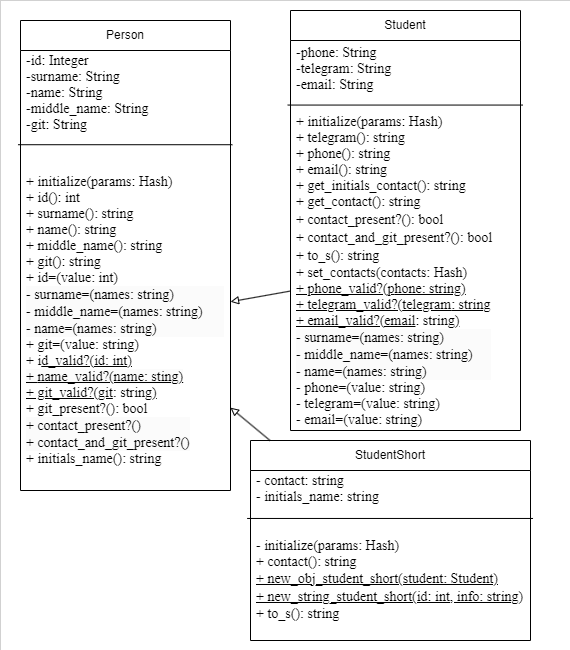
Before: working with classes/диаграмма классов.png, a diagram exported from draw.io (Meg-Lander/study-of-the-subject-programming-patterns). Source tidied: cells renumbered, new cells last; positions are measured from the earlier drawing's top-left corner, leaving out a move shared by most shapes.
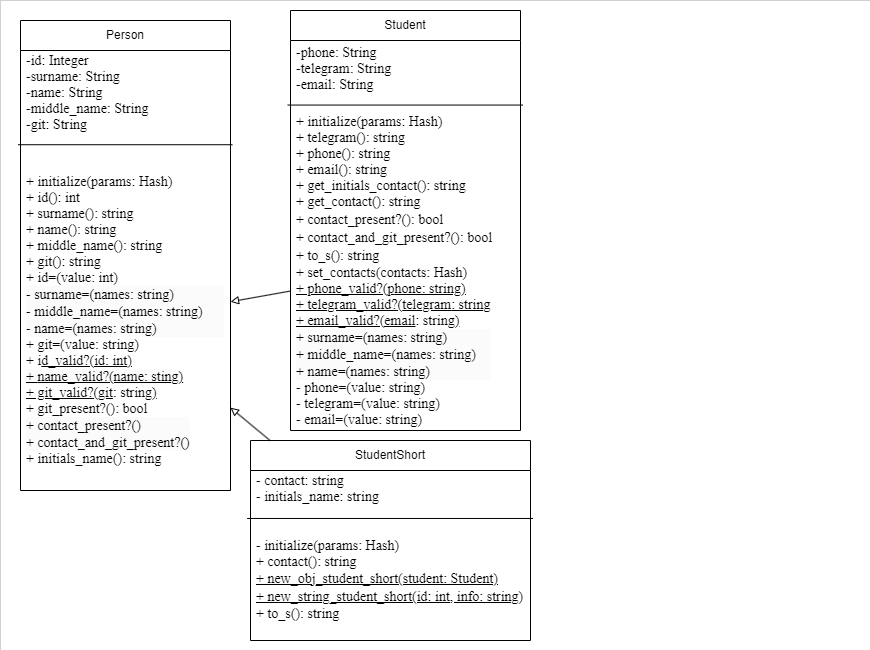
The same file after the commit.

Commit message:
update class diogramm

The edit, as a diff of the source:
```diff
@@ -3,7 +3,7 @@
     <mxCell id="0" />
     <mxCell id="1" parent="0" />
     <mxCell id="2" style="rounded=0;whiteSpace=wrap;html=1;strokeWidth=0;" parent="1" vertex="1">
-      <mxGeometry width="570" height="650" as="geometry" />
+      <mxGeometry width="870" height="650" as="geometry" />
     </mxCell>
     <mxCell id="3" value="Person" style="swimlane;fontStyle=0;horizontal=1;startSize=30;whiteSpace=wrap;html=1;" parent="1" vertex="1">
       <mxGeometry x="20" y="20" width="210" height="470" as="geometry" />
@@ -23,7 +23,7 @@
     <mxCell id="8" value="&lt;pre style=&quot;margin-top: 0cm; margin-right: 25.5pt; margin-left: 0cm; text-align: justify; line-height: normal; vertical-align: baseline; font-size: 14px;&quot;&gt;&lt;pre style=&quot;margin: 0cm 25.5pt 0cm 0cm; line-height: normal; background: white; vertical-align: baseline;&quot;&gt;&lt;span style=&quot;font-family: &amp;quot;Times New Roman&amp;quot;; white-space: normal;&quot;&gt;-phone: &lt;/span&gt;&lt;span style=&quot;font-family: &amp;quot;Times New Roman&amp;quot;; white-space: normal; border-color: var(--border-color);&quot; lang=&quot;EN-US&quot;&gt;String&lt;/span&gt;&lt;br&gt;&lt;/pre&gt;&lt;pre style=&quot;margin: 0cm 25.5pt 0cm 0cm; line-height: normal; background: white; vertical-align: baseline;&quot;&gt;&lt;pre style=&quot;border-color: var(--border-color); margin: 0cm 25.5pt 0cm 0cm; line-height: normal; background-image: initial; background-position: initial; background-size: initial; background-repeat: initial; background-attachment: initial; background-origin: initial; background-clip: initial; vertical-align: baseline;&quot;&gt;&lt;font style=&quot;border-color: var(--border-color);&quot; face=&quot;Times New Roman&quot;&gt;&lt;span style=&quot;border-color: var(--border-color);&quot; lang=&quot;EN-US&quot;&gt;-telegram: &lt;/span&gt;&lt;span style=&quot;border-color: var(--border-color);&quot; lang=&quot;EN-US&quot;&gt;String&lt;/span&gt;&lt;br style=&quot;border-color: var(--border-color);&quot;&gt;&lt;span style=&quot;border-color: var(--border-color);&quot; lang=&quot;EN-US&quot;&gt;-email: &lt;/span&gt;&lt;span style=&quot;border-color: var(--border-color);&quot; lang=&quot;EN-US&quot;&gt;String&lt;/span&gt;&lt;/font&gt;&lt;/pre&gt;&lt;/pre&gt;&lt;/pre&gt;" style="text;strokeColor=none;fillColor=none;align=left;verticalAlign=middle;spacingLeft=4;spacingRight=4;overflow=hidden;whiteSpace=wrap;html=1;" parent="7" vertex="1">
       <mxGeometry y="30" width="230" height="70" as="geometry" />
     </mxCell>
-    <mxCell id="9" value="&lt;div style=&quot;text-align: justify; font-size: 14px;&quot;&gt;&lt;pre style=&quot;border-color: var(--border-color); margin: 0cm 25.5pt 0cm 0cm; line-height: normal; background: white; vertical-align: baseline;&quot;&gt;&lt;font face=&quot;Times New Roman&quot; style=&quot;border-color: var(--border-color); font-size: 14px;&quot;&gt;+&lt;font style=&quot;font-size: 14px;&quot;&gt; initialize(params: Hash)&lt;/font&gt;&lt;/font&gt;&lt;/pre&gt;&lt;pre style=&quot;border-color: var(--border-color); margin: 0cm 25.5pt 0cm 0cm; line-height: normal; background: white; vertical-align: baseline;&quot;&gt;&lt;font face=&quot;Times New Roman&quot; style=&quot;border-color: var(--border-color); font-size: 14px;&quot;&gt;&lt;font style=&quot;font-size: 14px;&quot;&gt;&lt;pre style=&quot;border-color: var(--border-color); margin: 0cm 25.5pt 0cm 0cm; line-height: normal; background-image: initial; background-position: initial; background-size: initial; background-repeat: initial; background-attachment: initial; background-origin: initial; background-clip: initial; vertical-align: baseline;&quot;&gt;&lt;font style=&quot;border-color: var(--border-color);&quot; face=&quot;sd8AbRPiMUZb4e4DyPh1&quot;&gt;+ telegram(): string&lt;/font&gt;&lt;/pre&gt;&lt;pre style=&quot;border-color: var(--border-color); margin: 0cm 25.5pt 0cm 0cm; line-height: normal; background-image: initial; background-position: initial; background-size: initial; background-repeat: initial; background-attachment: initial; background-origin: initial; background-clip: initial; vertical-align: baseline;&quot;&gt;&lt;font style=&quot;border-color: var(--border-color);&quot; face=&quot;sd8AbRPiMUZb4e4DyPh1&quot;&gt;+ phone(): string&lt;/font&gt;&lt;/pre&gt;&lt;pre style=&quot;border-color: var(--border-color); margin: 0cm 25.5pt 0cm 0cm; line-height: normal; background-image: initial; background-position: initial; background-size: initial; background-repeat: initial; background-attachment: initial; background-origin: initial; background-clip: initial; vertical-align: baseline;&quot;&gt;&lt;font style=&quot;border-color: var(--border-color);&quot; face=&quot;sd8AbRPiMUZb4e4DyPh1&quot;&gt;&lt;font style=&quot;border-color: var(--border-color);&quot;&gt;+ &lt;/font&gt;email(): string&lt;/font&gt;&lt;/pre&gt;&lt;/font&gt;&lt;/font&gt;&lt;/pre&gt;&lt;/div&gt;&lt;div style=&quot;text-align: justify;&quot;&gt;&lt;font face=&quot;lF6ULn1yz8J9VFr4VgqD&quot;&gt;&lt;font style=&quot;font-size: 14px;&quot;&gt;+ get_initials_contact(): string&lt;/font&gt;&lt;br&gt;&lt;/font&gt;&lt;/div&gt;&lt;div style=&quot;text-align: justify;&quot;&gt;&lt;font style=&quot;font-size: 14px;&quot; face=&quot;Times New Roman&quot;&gt;+ g&lt;/font&gt;&lt;font face=&quot;Times New Roman&quot;&gt;&lt;font style=&quot;font-size: 14px;&quot;&gt;et_contact(): string&lt;/font&gt;&lt;font style=&quot;font-size: 14px;&quot;&gt;&lt;br&gt;&lt;/font&gt;&lt;/font&gt;&lt;/div&gt;&lt;div style=&quot;text-align: justify; font-size: 14px;&quot;&gt;&lt;font style=&quot;font-size: 14px;&quot; face=&quot;QZr4WyLOkKTv8SdLRVV9&quot;&gt;&lt;font style=&quot;font-size: 14px;&quot;&gt;+&amp;nbsp;&lt;/font&gt;&lt;span style=&quot;background-color: initial;&quot;&gt;contact_present?(): bool&lt;/span&gt;&lt;/font&gt;&lt;/div&gt;&lt;div style=&quot;text-align: justify; font-size: 14px;&quot;&gt;&lt;span style=&quot;background-color: initial;&quot;&gt;&lt;font style=&quot;font-size: 14px;&quot; face=&quot;QZr4WyLOkKTv8SdLRVV9&quot;&gt;&lt;font style=&quot;font-size: 14px;&quot;&gt;+ contact_and_git_present?(): bool&lt;/font&gt;&lt;br&gt;&lt;/font&gt;&lt;/span&gt;&lt;/div&gt;&lt;div style=&quot;text-align: justify; font-size: 14px;&quot;&gt;&lt;font face=&quot;QZr4WyLOkKTv8SdLRVV9&quot; style=&quot;font-size: 14px;&quot;&gt;+ to_s(): string&lt;/font&gt;&lt;/div&gt;&lt;div style=&quot;text-align: justify; font-size: 14px;&quot;&gt;&lt;pre style=&quot;border-color: var(--border-color); margin: 0cm 25.5pt 0cm 0cm; line-height: normal; background: white; vertical-align: baseline;&quot;&gt;&lt;font style=&quot;border-color: var(--border-color);&quot; face=&quot;vIFaeoc1TlRz2ehYQDLV&quot;&gt;+ set_contacts(contacts: Hash)&lt;/font&gt;&lt;/pre&gt;&lt;pre style=&quot;border-color: var(--border-color); margin: 0cm 25.5pt 0cm 0cm; line-height: normal; background: white; vertical-align: baseline;&quot;&gt;&lt;font style=&quot;border-color: var(--border-color);&quot; face=&quot;vIFaeoc1TlRz2ehYQDLV&quot;&gt;&lt;pre style=&quot;border-color: var(--border-color); margin: 0cm 25.5pt 0cm 0cm; line-height: normal; background-image: initial; background-position: initial; background-size: initial; background-repeat: initial; background-attachment: initial; background-origin: initial; background-clip: initial; vertical-align: baseline;&quot;&gt;&lt;font style=&quot;border-color: var(--border-color);&quot; face=&quot;Fhg8VOXi1VSTIDrwA2gN&quot;&gt;&lt;font style=&quot;border-color: var(--border-color);&quot;&gt;&lt;u style=&quot;border-color: var(--border-color);&quot;&gt;+ phone_valid?(&lt;font style=&quot;border-color: var(--border-color);&quot;&gt;p&lt;/font&gt;&lt;font style=&quot;border-color: var(--border-color);&quot;&gt;&lt;font style=&quot;border-color: var(--border-color);&quot;&gt;hone: string&lt;/font&gt;&lt;/font&gt;&lt;u style=&quot;border-color: var(--border-color);&quot;&gt;)&lt;/u&gt;&lt;br style=&quot;border-color: var(--border-color);&quot;&gt;+ telegram_valid?(&lt;font style=&quot;border-color: var(--border-color);&quot;&gt;telegram&lt;/font&gt;: string&lt;u style=&quot;border-color: var(--border-color);&quot;&gt;&lt;br style=&quot;border-color: var(--border-color);&quot;&gt;&lt;/u&gt;&lt;span style=&quot;border-color: var(--border-color);&quot; lang=&quot;EN-US&quot;&gt;&lt;/span&gt;+ email_valid?(email&lt;/u&gt;&lt;/font&gt;: string&lt;u style=&quot;border-color: var(--border-color);&quot;&gt;&lt;span style=&quot;border-color: var(--border-color);&quot; lang=&quot;EN-US&quot;&gt;)&lt;/span&gt;&lt;/u&gt;&lt;/font&gt;&lt;/pre&gt;&lt;/font&gt;&lt;/pre&gt;&lt;/div&gt;&lt;div style=&quot;text-align: justify; font-size: 14px;&quot;&gt;&lt;div style=&quot;border-color: var(--border-color);&quot;&gt;&lt;pre style=&quot;border-color: var(--border-color); margin: 0cm 25.5pt 0cm 0cm; line-height: normal; background: white; vertical-align: baseline;&quot;&gt;&lt;font style=&quot;border-color: var(--border-color);&quot; face=&quot;Fhg8VOXi1VSTIDrwA2gN&quot;&gt;&lt;font style=&quot;border-color: var(--border-color);&quot;&gt;&lt;pre style=&quot;border-color: var(--border-color); margin: 0cm 25.5pt 0cm 0cm; line-height: normal; background-image: initial; background-position: initial; background-size: initial; background-repeat: initial; background-attachment: initial; background-origin: initial; background-clip: initial; vertical-align: baseline;&quot;&gt;&lt;div style=&quot;border-color: var(--border-color); font-family: Helvetica; background-color: rgb(251, 251, 251);&quot;&gt;&lt;font style=&quot;border-color: var(--border-color);&quot; face=&quot;lF6ULn1yz8J9VFr4VgqD&quot;&gt;&lt;font style=&quot;border-color: var(--border-color);&quot;&gt;- surname=(names: string)&lt;/font&gt;&lt;br style=&quot;border-color: var(--border-color);&quot;&gt;&lt;/font&gt;&lt;/div&gt;&lt;div style=&quot;border-color: var(--border-color); font-family: Helvetica; background-color: rgb(251, 251, 251);&quot;&gt;&lt;font style=&quot;border-color: var(--border-color);&quot; face=&quot;lF6ULn1yz8J9VFr4VgqD&quot;&gt;-&amp;nbsp;middle_name=(names: string)&lt;/font&gt;&lt;/div&gt;&lt;div style=&quot;border-color: var(--border-color); font-family: Helvetica; background-color: rgb(251, 251, 251);&quot;&gt;&lt;font style=&quot;border-color: var(--border-color);&quot; face=&quot;lF6ULn1yz8J9VFr4VgqD&quot;&gt;&lt;font style=&quot;border-color: var(--border-color);&quot;&gt;&lt;font style=&quot;border-color: var(--border-color);&quot;&gt;-&amp;nbsp;&lt;/font&gt;&lt;span style=&quot;border-color: var(--border-color); background-color: initial;&quot;&gt;name=(names: string&lt;/span&gt;&lt;/font&gt;&lt;span style=&quot;border-color: var(--border-color); background-color: initial;&quot;&gt;)&lt;/span&gt;&lt;/font&gt;&lt;/div&gt;&lt;/pre&gt;&lt;/font&gt;&lt;/font&gt;&lt;/pre&gt;&lt;pre style=&quot;border-color: var(--border-color); margin: 0cm 25.5pt 0cm 0cm; line-height: normal; background: white; vertical-align: baseline;&quot;&gt;&lt;font style=&quot;border-color: var(--border-color);&quot; face=&quot;Fhg8VOXi1VSTIDrwA2gN&quot;&gt;&lt;font style=&quot;border-color: var(--border-color);&quot;&gt;- phone=(value&lt;/font&gt;&lt;font style=&quot;border-color: var(--border-color);&quot;&gt;: string)&lt;br style=&quot;border-color: var(--border-color);&quot;&gt;- telegram=(&lt;/font&gt;value: string)&lt;br style=&quot;border-color: var(--border-color);&quot;&gt;&lt;/font&gt;&lt;/pre&gt;&lt;pre style=&quot;border-color: var(--border-color); margin: 0cm 25.5pt 0cm 0cm; line-height: normal; background: white; vertical-align: baseline;&quot;&gt;&lt;font style=&quot;border-color: var(--border-color);&quot; face=&quot;Fhg8VOXi1VSTIDrwA2gN&quot;&gt;&lt;font style=&quot;border-color: var(--border-color);&quot;&gt;- email=(&lt;/font&gt;value: string)&lt;/font&gt;&lt;/pre&gt;&lt;/div&gt;&lt;/div&gt;" style="text;strokeColor=none;fillColor=none;align=left;verticalAlign=middle;spacingLeft=4;spacingRight=4;overflow=hidden;points=[[0,0.5],[1,0.5]];portConstraint=eastwest;whiteSpace=wrap;html=1;" parent="7" vertex="1">
+    <mxCell id="9" value="&lt;div style=&quot;text-align: justify; font-size: 14px;&quot;&gt;&lt;pre style=&quot;border-color: var(--border-color); margin: 0cm 25.5pt 0cm 0cm; line-height: normal; background: white; vertical-align: baseline;&quot;&gt;&lt;font face=&quot;Times New Roman&quot; style=&quot;border-color: var(--border-color); font-size: 14px;&quot;&gt;+&lt;font style=&quot;font-size: 14px;&quot;&gt; initialize(params: Hash)&lt;/font&gt;&lt;/font&gt;&lt;/pre&gt;&lt;pre style=&quot;border-color: var(--border-color); margin: 0cm 25.5pt 0cm 0cm; line-height: normal; background: white; vertical-align: baseline;&quot;&gt;&lt;font face=&quot;Times New Roman&quot; style=&quot;border-color: var(--border-color); font-size: 14px;&quot;&gt;&lt;font style=&quot;font-size: 14px;&quot;&gt;&lt;pre style=&quot;border-color: var(--border-color); margin: 0cm 25.5pt 0cm 0cm; line-height: normal; background-image: initial; background-position: initial; background-size: initial; background-repeat: initial; background-attachment: initial; background-origin: initial; background-clip: initial; vertical-align: baseline;&quot;&gt;&lt;font style=&quot;border-color: var(--border-color);&quot; face=&quot;sd8AbRPiMUZb4e4DyPh1&quot;&gt;+ telegram(): string&lt;/font&gt;&lt;/pre&gt;&lt;pre style=&quot;border-color: var(--border-color); margin: 0cm 25.5pt 0cm 0cm; line-height: normal; background-image: initial; background-position: initial; background-size: initial; background-repeat: initial; background-attachment: initial; background-origin: initial; background-clip: initial; vertical-align: baseline;&quot;&gt;&lt;font style=&quot;border-color: var(--border-color);&quot; face=&quot;sd8AbRPiMUZb4e4DyPh1&quot;&gt;+ phone(): string&lt;/font&gt;&lt;/pre&gt;&lt;pre style=&quot;border-color: var(--border-color); margin: 0cm 25.5pt 0cm 0cm; line-height: normal; background-image: initial; background-position: initial; background-size: initial; background-repeat: initial; background-attachment: initial; background-origin: initial; background-clip: initial; vertical-align: baseline;&quot;&gt;&lt;font style=&quot;border-color: var(--border-color);&quot; face=&quot;sd8AbRPiMUZb4e4DyPh1&quot;&gt;&lt;font style=&quot;border-color: var(--border-color);&quot;&gt;+ &lt;/font&gt;email(): string&lt;/font&gt;&lt;/pre&gt;&lt;/font&gt;&lt;/font&gt;&lt;/pre&gt;&lt;/div&gt;&lt;div style=&quot;text-align: justify;&quot;&gt;&lt;font face=&quot;lF6ULn1yz8J9VFr4VgqD&quot;&gt;&lt;font style=&quot;font-size: 14px;&quot;&gt;+ get_initials_contact(): string&lt;/font&gt;&lt;br&gt;&lt;/font&gt;&lt;/div&gt;&lt;div style=&quot;text-align: justify;&quot;&gt;&lt;font style=&quot;font-size: 14px;&quot; face=&quot;Times New Roman&quot;&gt;+ g&lt;/font&gt;&lt;font face=&quot;Times New Roman&quot;&gt;&lt;font style=&quot;font-size: 14px;&quot;&gt;et_contact(): string&lt;/font&gt;&lt;font style=&quot;font-size: 14px;&quot;&gt;&lt;br&gt;&lt;/font&gt;&lt;/font&gt;&lt;/div&gt;&lt;div style=&quot;text-align: justify; font-size: 14px;&quot;&gt;&lt;font style=&quot;font-size: 14px;&quot; face=&quot;QZr4WyLOkKTv8SdLRVV9&quot;&gt;&lt;font style=&quot;font-size: 14px;&quot;&gt;+&amp;nbsp;&lt;/font&gt;&lt;span style=&quot;background-color: initial;&quot;&gt;contact_present?(): bool&lt;/span&gt;&lt;/font&gt;&lt;/div&gt;&lt;div style=&quot;text-align: justify; font-size: 14px;&quot;&gt;&lt;span style=&quot;background-color: initial;&quot;&gt;&lt;font style=&quot;font-size: 14px;&quot; face=&quot;QZr4WyLOkKTv8SdLRVV9&quot;&gt;&lt;font style=&quot;font-size: 14px;&quot;&gt;+ contact_and_git_present?(): bool&lt;/font&gt;&lt;br&gt;&lt;/font&gt;&lt;/span&gt;&lt;/div&gt;&lt;div style=&quot;text-align: justify; font-size: 14px;&quot;&gt;&lt;font face=&quot;QZr4WyLOkKTv8SdLRVV9&quot; style=&quot;font-size: 14px;&quot;&gt;+ to_s(): string&lt;/font&gt;&lt;/div&gt;&lt;div style=&quot;text-align: justify; font-size: 14px;&quot;&gt;&lt;pre style=&quot;border-color: var(--border-color); margin: 0cm 25.5pt 0cm 0cm; line-height: normal; background: white; vertical-align: baseline;&quot;&gt;&lt;font style=&quot;border-color: var(--border-color);&quot; face=&quot;vIFaeoc1TlRz2ehYQDLV&quot;&gt;+ set_contacts(contacts: Hash)&lt;/font&gt;&lt;/pre&gt;&lt;pre style=&quot;border-color: var(--border-color); margin: 0cm 25.5pt 0cm 0cm; line-height: normal; background: white; vertical-align: baseline;&quot;&gt;&lt;font style=&quot;border-color: var(--border-color);&quot; face=&quot;vIFaeoc1TlRz2ehYQDLV&quot;&gt;&lt;pre style=&quot;border-color: var(--border-color); margin: 0cm 25.5pt 0cm 0cm; line-height: normal; background-image: initial; background-position: initial; background-size: initial; background-repeat: initial; background-attachment: initial; background-origin: initial; background-clip: initial; vertical-align: baseline;&quot;&gt;&lt;font style=&quot;border-color: var(--border-color);&quot; face=&quot;Fhg8VOXi1VSTIDrwA2gN&quot;&gt;&lt;font style=&quot;border-color: var(--border-color);&quot;&gt;&lt;u style=&quot;border-color: var(--border-color);&quot;&gt;+ phone_valid?(&lt;font style=&quot;border-color: var(--border-color);&quot;&gt;p&lt;/font&gt;&lt;font style=&quot;border-color: var(--border-color);&quot;&gt;&lt;font style=&quot;border-color: var(--border-color);&quot;&gt;hone: string&lt;/font&gt;&lt;/font&gt;&lt;u style=&quot;border-color: var(--border-color);&quot;&gt;)&lt;/u&gt;&lt;br style=&quot;border-color: var(--border-color);&quot;&gt;+ telegram_valid?(&lt;font style=&quot;border-color: var(--border-color);&quot;&gt;telegram&lt;/font&gt;: string&lt;u style=&quot;border-color: var(--border-color);&quot;&gt;&lt;br style=&quot;border-color: var(--border-color);&quot;&gt;&lt;/u&gt;&lt;span style=&quot;border-color: var(--border-color);&quot; lang=&quot;EN-US&quot;&gt;&lt;/span&gt;+ email_valid?(email&lt;/u&gt;&lt;/font&gt;: string&lt;u style=&quot;border-color: var(--border-color);&quot;&gt;&lt;span style=&quot;border-color: var(--border-color);&quot; lang=&quot;EN-US&quot;&gt;)&lt;/span&gt;&lt;/u&gt;&lt;/font&gt;&lt;/pre&gt;&lt;/font&gt;&lt;/pre&gt;&lt;/div&gt;&lt;div style=&quot;text-align: justify; font-size: 14px;&quot;&gt;&lt;div style=&quot;border-color: var(--border-color);&quot;&gt;&lt;pre style=&quot;border-color: var(--border-color); margin: 0cm 25.5pt 0cm 0cm; line-height: normal; background: white; vertical-align: baseline;&quot;&gt;&lt;font style=&quot;border-color: var(--border-color);&quot; face=&quot;Fhg8VOXi1VSTIDrwA2gN&quot;&gt;&lt;font style=&quot;border-color: var(--border-color);&quot;&gt;&lt;pre style=&quot;border-color: var(--border-color); margin: 0cm 25.5pt 0cm 0cm; line-height: normal; background-image: initial; background-position: initial; background-size: initial; background-repeat: initial; background-attachment: initial; background-origin: initial; background-clip: initial; vertical-align: baseline;&quot;&gt;&lt;div style=&quot;border-color: var(--border-color); font-family: Helvetica; background-color: rgb(251, 251, 251);&quot;&gt;&lt;font style=&quot;border-color: var(--border-color);&quot; face=&quot;lF6ULn1yz8J9VFr4VgqD&quot;&gt;&lt;font style=&quot;border-color: var(--border-color);&quot;&gt;+ surname=(names: string)&lt;/font&gt;&lt;br style=&quot;border-color: var(--border-color);&quot;&gt;&lt;/font&gt;&lt;/div&gt;&lt;div style=&quot;border-color: var(--border-color); font-family: Helvetica; background-color: rgb(251, 251, 251);&quot;&gt;&lt;font style=&quot;border-color: var(--border-color);&quot; face=&quot;lF6ULn1yz8J9VFr4VgqD&quot;&gt;+&amp;nbsp;middle_name=(names: string)&lt;/font&gt;&lt;/div&gt;&lt;div style=&quot;border-color: var(--border-color); font-family: Helvetica; background-color: rgb(251, 251, 251);&quot;&gt;&lt;font style=&quot;border-color: var(--border-color);&quot; face=&quot;lF6ULn1yz8J9VFr4VgqD&quot;&gt;&lt;font style=&quot;border-color: var(--border-color);&quot;&gt;&lt;span style=&quot;border-color: var(--border-color); background-color: initial;&quot;&gt;+ name=(names: string&lt;/span&gt;&lt;/font&gt;&lt;span style=&quot;border-color: var(--border-color); background-color: initial;&quot;&gt;)&lt;/span&gt;&lt;/font&gt;&lt;/div&gt;&lt;/pre&gt;&lt;/font&gt;&lt;/font&gt;&lt;/pre&gt;&lt;pre style=&quot;border-color: var(--border-color); margin: 0cm 25.5pt 0cm 0cm; line-height: normal; background: white; vertical-align: baseline;&quot;&gt;&lt;font style=&quot;border-color: var(--border-color);&quot; face=&quot;Fhg8VOXi1VSTIDrwA2gN&quot;&gt;&lt;font style=&quot;border-color: var(--border-color);&quot;&gt;- phone=(value&lt;/font&gt;&lt;font style=&quot;border-color: var(--border-color);&quot;&gt;: string)&lt;br style=&quot;border-color: var(--border-color);&quot;&gt;- telegram=(&lt;/font&gt;value: string)&lt;br style=&quot;border-color: var(--border-color);&quot;&gt;&lt;/font&gt;&lt;/pre&gt;&lt;pre style=&quot;border-color: var(--border-color); margin: 0cm 25.5pt 0cm 0cm; line-height: normal; background: white; vertical-align: baseline;&quot;&gt;&lt;font style=&quot;border-color: var(--border-color);&quot; face=&quot;Fhg8VOXi1VSTIDrwA2gN&quot;&gt;&lt;font style=&quot;border-color: var(--border-color);&quot;&gt;- email=(&lt;/font&gt;value: string)&lt;/font&gt;&lt;/pre&gt;&lt;/div&gt;&lt;/div&gt;" style="text;strokeColor=none;fillColor=none;align=left;verticalAlign=middle;spacingLeft=4;spacingRight=4;overflow=hidden;points=[[0,0.5],[1,0.5]];portConstraint=eastwest;whiteSpace=wrap;html=1;" parent="7" vertex="1">
       <mxGeometry y="100" width="230" height="320" as="geometry" />
     </mxCell>
     <mxCell id="10" style="endArrow=none;html=1;rounded=0;entryX=-0.012;entryY=-0.017;entryDx=0;entryDy=0;entryPerimeter=0;exitX=1.009;exitY=-0.017;exitDx=0;exitDy=0;exitPerimeter=0;" parent="7" edge="1" source="9" target="9">
```
